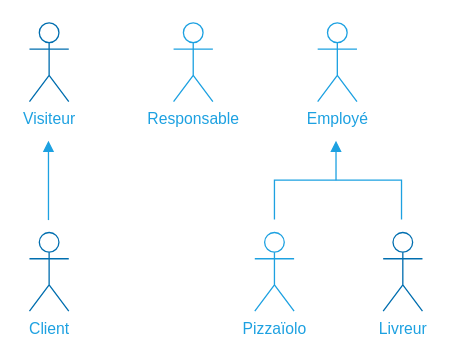
Before: img/figure_system-actors.dio in centvingt/OCPizzaRedaction, a draw.io diagram. Source tidied: cells renumbered, new cells numbered last; positions are measured from the earlier drawing's top-left corner, leaving out a move shared by most shapes. Both pictures are drawn from the tidied source at 131%, with x=0, y=0 at pixel (29, 22).
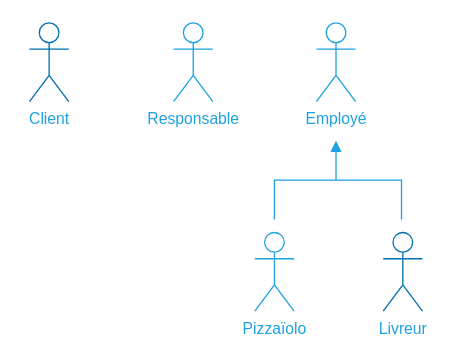
Above is the later version.

The edit, as a diff of the source:
```diff
@@
 <mxGraphModel>
   <root>
     <mxCell id="0" />
     <mxCell id="1" parent="0" />
     <mxCell id="2" value="&lt;font color=&quot;#1da1e1&quot;&gt;Client&lt;/font&gt;" style="shape=umlActor;verticalLabelPosition=bottom;verticalAlign=top;html=1;strokeColor=#006EAF;fontColor=#ffffff;fillColor=none;" parent="1" vertex="1">
-      <mxGeometry y="160" width="30" height="60" as="geometry" />
+      <mxGeometry width="30" height="60" as="geometry" />
     </mxCell>
-    <mxCell id="3" style="endArrow=block;html=1;endFill=1;rounded=0;strokeColor=#1DA1E1;" parent="1" edge="1">
-      <mxGeometry relative="1" as="geometry">
-        <mxPoint x="14.5" y="150.5" as="sourcePoint" />
-        <mxPoint x="14.5" y="90" as="targetPoint" />
-      </mxGeometry>
-    </mxCell>
+    <mxCell id="12" style="group;" parent="1" vertex="1">
+      <mxGeometry x="187" width="97" height="120" as="geometry" />
+    </mxCell>
-    <mxCell id="4" value="&lt;font color=&quot;#1da1e1&quot;&gt;Employé&lt;/font&gt;" style="shape=umlActor;verticalLabelPosition=bottom;verticalAlign=top;html=1;strokeColor=#1DA1E1;fillColor=none;" parent="1" vertex="1">
-      <mxGeometry x="220" width="30" height="60" as="geometry" />
+    <mxCell id="4" value="&lt;font color=&quot;#1da1e1&quot;&gt;Employé&lt;/font&gt;" style="shape=umlActor;verticalLabelPosition=bottom;verticalAlign=top;html=1;strokeColor=#1DA1E1;fillColor=none;" parent="12" vertex="1">
+      <mxGeometry x="32" width="30" height="60" as="geometry" />
     </mxCell>
+    <mxCell id="13" style="group;" parent="12" vertex="1">
+      <mxGeometry y="90" width="97" height="30" as="geometry" />
+    </mxCell>
-    <mxCell id="5" style="endArrow=none;html=1;endFill=0;rounded=0;strokeColor=#1DA1E1;" parent="1" edge="1">
-      <mxGeometry relative="1" as="geometry">
-        <mxPoint x="187" y="150" as="sourcePoint" />
-        <mxPoint x="284" y="150" as="targetPoint" />
+    <mxCell id="5" style="endArrow=none;html=1;endFill=0;rounded=0;strokeColor=#1DA1E1;" parent="13" edge="1">
+      <mxGeometry y="-90" as="geometry">
+        <mxPoint y="60" as="sourcePoint" />
+        <mxPoint x="97" y="60" as="targetPoint" />
         <Array as="points">
-          <mxPoint x="187" y="120" />
-          <mxPoint x="284" y="120" />
+          <mxPoint y="30" />
+          <mxPoint x="97" y="30" />
         </Array>
       </mxGeometry>
     </mxCell>
-    <mxCell id="6" style="endArrow=block;html=1;endFill=1;rounded=0;strokeColor=#1DA1E1;" parent="1" edge="1">
-      <mxGeometry relative="1" as="geometry">
-        <mxPoint x="234" y="120" as="sourcePoint" />
-        <mxPoint x="234" y="90" as="targetPoint" />
+    <mxCell id="6" style="endArrow=block;html=1;endFill=1;rounded=0;strokeColor=#1DA1E1;" parent="13" edge="1">
+      <mxGeometry y="-90" as="geometry">
+        <mxPoint x="47" y="30" as="sourcePoint" />
+        <mxPoint x="47" as="targetPoint" />
       </mxGeometry>
     </mxCell>
     <mxCell id="7" parent="0" />
     <mxCell id="8" value="&lt;font color=&quot;#1da1e1&quot;&gt;Pizzaïolo&lt;/font&gt;" style="shape=umlActor;verticalLabelPosition=bottom;verticalAlign=top;html=1;strokeColor=#1DA1E1;fillColor=none;" parent="7" vertex="1">
       <mxGeometry x="172" y="160" width="30" height="60" as="geometry" />
     </mxCell>
     <mxCell id="9" value="&lt;font color=&quot;#1da1e1&quot;&gt;Livreur&lt;/font&gt;" style="shape=umlActor;verticalLabelPosition=bottom;verticalAlign=top;html=1;strokeColor=#006EAF;fontColor=#ffffff;fillColor=none;rotation=0;direction=east;" parent="7" vertex="1">
       <mxGeometry x="270" y="160" width="30" height="60" as="geometry" />
     </mxCell>
-    <mxCell id="10" value="&lt;font color=&quot;#1da1e1&quot;&gt;Visiteur&lt;/font&gt;" style="shape=umlActor;verticalLabelPosition=bottom;verticalAlign=top;html=1;strokeColor=#006EAF;fontColor=#ffffff;fillColor=none;" parent="7" vertex="1">
-      <mxGeometry width="30" height="60" as="geometry" />
-    </mxCell>
     <mxCell id="11" value="&lt;font color=&quot;#1da1e1&quot;&gt;Responsable&lt;br&gt;&lt;/font&gt;" style="shape=umlActor;verticalLabelPosition=bottom;verticalAlign=top;html=1;strokeColor=#1DA1E1;fillColor=none;" parent="7" vertex="1">
       <mxGeometry x="110" width="30" height="60" as="geometry" />
     </mxCell>
   </root>
 </mxGraphModel>
```
